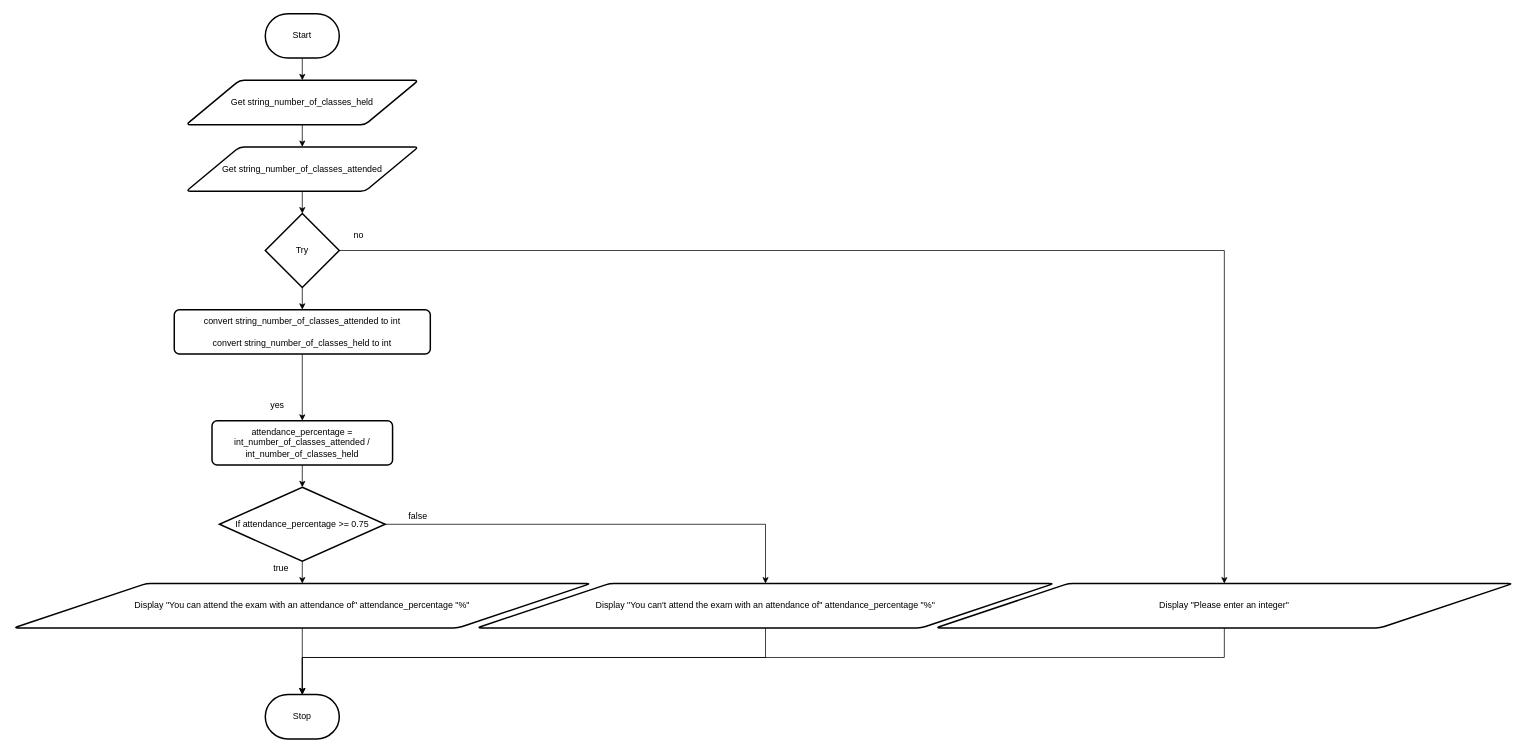
Earlier version of the draw.io diagram page "Flowchart" (1 of 2) of design.drawio (Samuel-Webster-178/ICS3U-Assignment-04-Python). Source tidied: cells renumbered, new cells numbered last; positions are measured from the earlier drawing's top-left corner, leaving out a move shared by most shapes. Both pictures are drawn from the tidied source at 74%, with x=0, y=0 at pixel (13, 13).
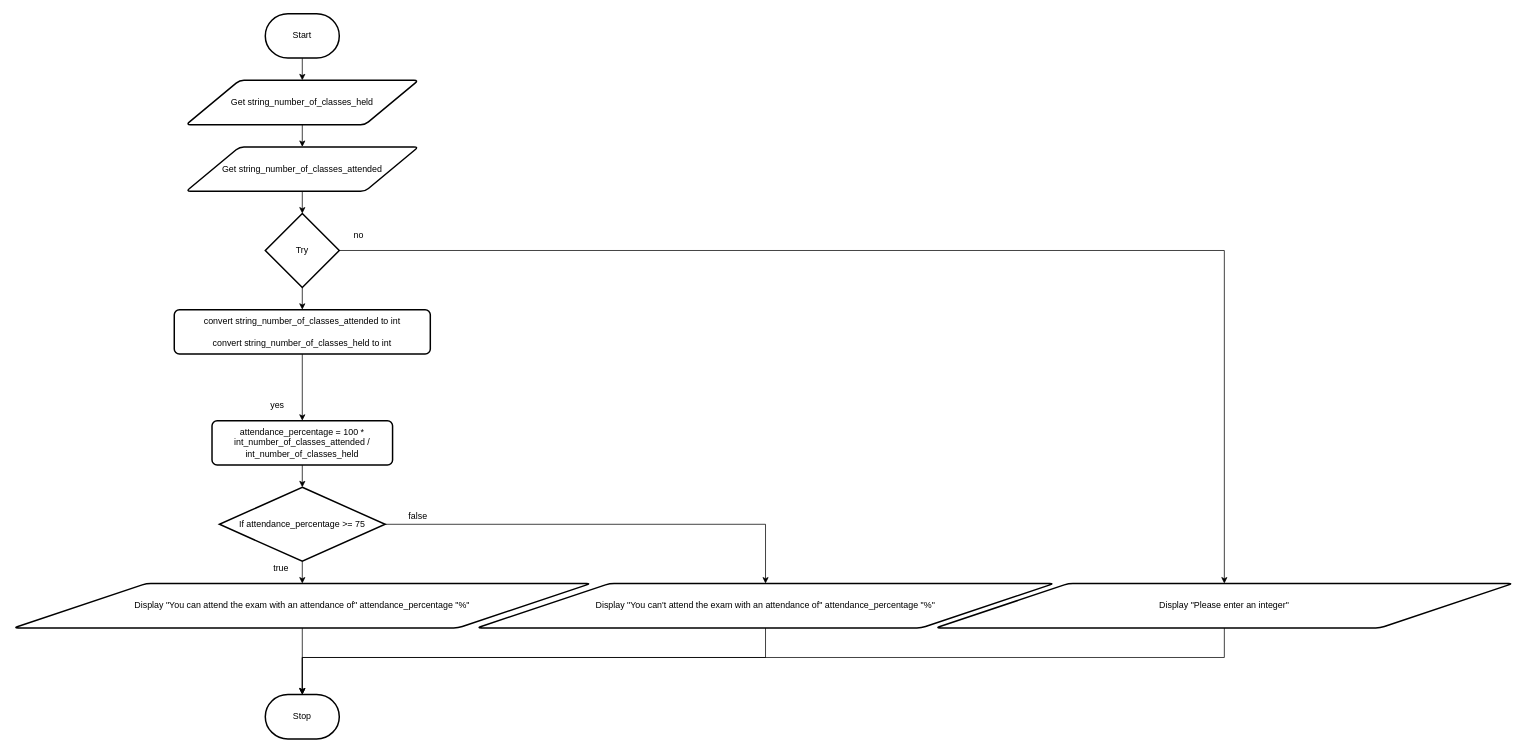
After the change.

Change to the diagram source:
```diff
@@
-    <mxCell id="7" value="attendance_percentage = int_number_of_classes_attended / int_number_of_classes_held" style="rounded=1;whiteSpace=wrap;html=1;absoluteArcSize=1;arcSize=14;strokeWidth=2;" parent="1" vertex="1">
+    <mxCell id="7" value="attendance_percentage = 100 * int_number_of_classes_attended / int_number_of_classes_held" style="rounded=1;whiteSpace=wrap;html=1;absoluteArcSize=1;arcSize=14;strokeWidth=2;" parent="1" vertex="1">
       <mxGeometry x="268" y="550" width="244" height="60" as="geometry" />
     </mxCell>
@@
-    <mxCell id="18" value="If attendance_percentage &amp;gt;= 0.75" style="strokeWidth=2;html=1;shape=mxgraph.flowchart.decision;whiteSpace=wrap;" parent="1" vertex="1">
+    <mxCell id="18" value="If attendance_percentage &amp;gt;= 75" style="strokeWidth=2;html=1;shape=mxgraph.flowchart.decision;whiteSpace=wrap;" parent="1" vertex="1">
       <mxGeometry x="278" y="640" width="224" height="100" as="geometry" />
     </mxCell>
```
